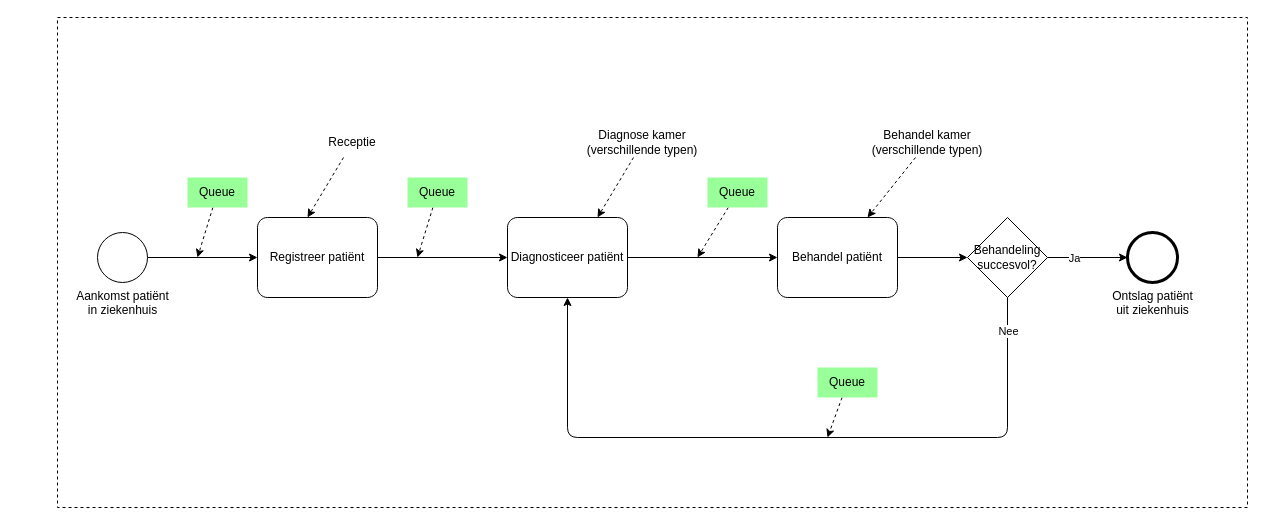
Earlier version of the draw.io diagram docs/drawio/story2_model.drawio (ChrismaxR/DataBA). Source tidied: cells renumbered, new cells numbered last; positions are measured from the earlier drawing's top-left corner, leaving out a move shared by most shapes. Both pictures are drawn from the tidied source at 100%, with x=0, y=0 at pixel (57, 17).
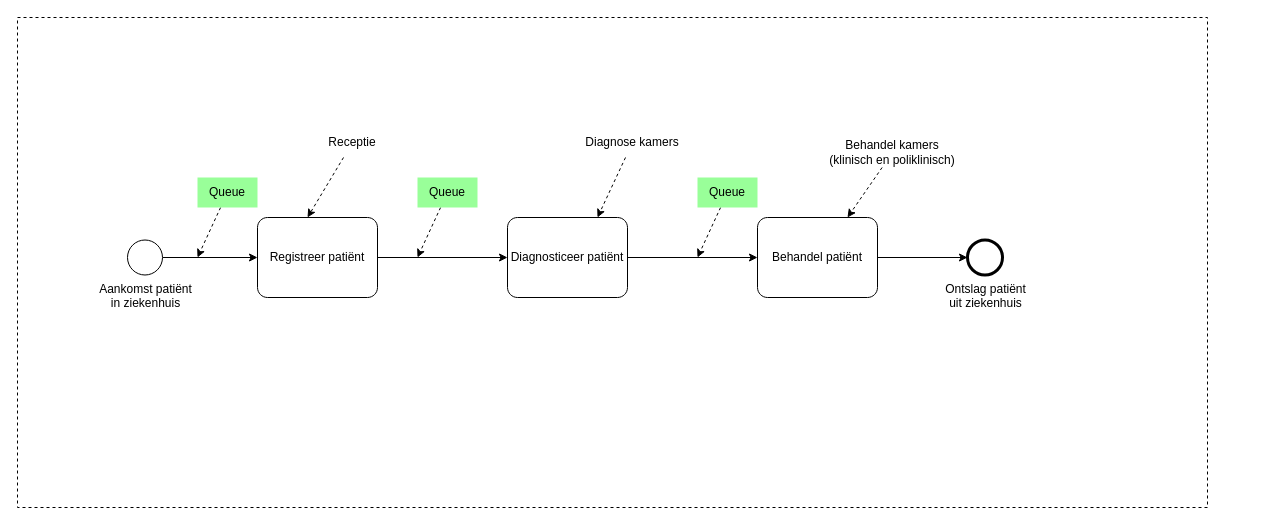
Above is the later version.

Unchanged cells that the change refers to:
```xml
<mxCell id="4" value="Diagnosticeer patiënt" style="points=[[0.25,0,0],[0.5,0,0],[0.75,0,0],[1,0.25,0],[1,0.5,0],[1,0.75,0],[0.75,1,0],[0.5,1,0],[0.25,1,0],[0,0.75,0],[0,0.5,0],[0,0.25,0]];shape=mxgraph.bpmn.task;whiteSpace=wrap;rectStyle=rounded;size=10;html=1;taskMarker=abstract;" parent="1" vertex="1">
  <mxGeometry x="450" y="200" width="120" height="80" as="geometry" />
</mxCell>
```

What changed in the source:
```diff
@@
     <mxCell id="2" style="rounded=0;whiteSpace=wrap;html=1;dashed=1;" parent="1" vertex="1">
-      <mxGeometry width="1190" height="490" as="geometry" />
+      <mxGeometry x="-40" width="1190" height="490" as="geometry" />
     </mxCell>
@@
-    <mxCell id="5" style="edgeStyle=none;html=1;entryX=0;entryY=0.5;entryDx=0;entryDy=0;" parent="1" edge="1" source="6" target="11">
-      <mxGeometry relative="1" as="geometry" />
-    </mxCell>
     <mxCell id="6" value="Behandel patiënt" style="points=[[0.25,0,0],[0.5,0,0],[0.75,0,0],[1,0.25,0],[1,0.5,0],[1,0.75,0],[0.75,1,0],[0.5,1,0],[0.25,1,0],[0,0.75,0],[0,0.5,0],[0,0.25,0]];shape=mxgraph.bpmn.task;whiteSpace=wrap;rectStyle=rounded;size=10;html=1;taskMarker=abstract;" parent="1" vertex="1">
-      <mxGeometry x="720" y="200" width="120" height="80" as="geometry" />
+      <mxGeometry x="700" y="200" width="120" height="80" as="geometry" />
     </mxCell>
-    <mxCell id="7" style="edgeStyle=none;html=1;entryX=0;entryY=0.5;entryDx=0;entryDy=0;entryPerimeter=0;" parent="1" edge="1" source="11" target="14">
+    <mxCell id="7" style="edgeStyle=none;html=1;entryX=0;entryY=0.5;entryDx=0;entryDy=0;entryPerimeter=0;" parent="1" edge="1" source="6" target="14">
       <mxGeometry relative="1" as="geometry" />
     </mxCell>
-    <mxCell id="8" value="Ja" style="edgeLabel;html=1;align=center;verticalAlign=middle;" parent="7" vertex="1">
-      <mxGeometry x="-0.35" relative="1" as="geometry" />
-    </mxCell>
-    <mxCell id="9" style="edgeStyle=orthogonalEdgeStyle;html=1;entryX=0.5;entryY=1;entryDx=0;entryDy=0;entryPerimeter=0;fontStyle=0;" parent="1" edge="1" source="11" target="4">
-      <mxGeometry relative="1" as="geometry">
-        <Array as="points">
-          <mxPoint x="950" y="420" />
-          <mxPoint x="510" y="420" />
-        </Array>
-      </mxGeometry>
-    </mxCell>
-    <mxCell id="10" value="Nee" style="edgeLabel;html=1;align=center;verticalAlign=middle;" parent="9" vertex="1">
-      <mxGeometry x="-0.85" y="3" relative="1" as="geometry">
-        <mxPoint x="-3" y="-21" as="offset" />
-      </mxGeometry>
-    </mxCell>
-    <mxCell id="11" value="Behandeling succesvol?" style="rhombus;whiteSpace=wrap;html=1;" parent="1" vertex="1">
-      <mxGeometry x="910" y="200" width="80" height="80" as="geometry" />
-    </mxCell>
@@
     <mxCell id="13" value="Aankomst patiënt&lt;br&gt;in ziekenhuis" style="points=[[0.145,0.145,0],[0.5,0,0],[0.855,0.145,0],[1,0.5,0],[0.855,0.855,0],[0.5,1,0],[0.145,0.855,0],[0,0.5,0]];shape=mxgraph.bpmn.event;html=1;verticalLabelPosition=bottom;labelBackgroundColor=#ffffff;verticalAlign=top;align=center;perimeter=ellipsePerimeter;outlineConnect=0;outline=standard;symbol=general;" parent="1" vertex="1">
-      <mxGeometry x="40" y="215" width="50" height="50" as="geometry" />
+      <mxGeometry x="70" y="222.5" width="35" height="35" as="geometry" />
     </mxCell>
     <mxCell id="14" value="Ontslag patiënt &lt;br&gt;uit ziekenhuis" style="points=[[0.145,0.145,0],[0.5,0,0],[0.855,0.145,0],[1,0.5,0],[0.855,0.855,0],[0.5,1,0],[0.145,0.855,0],[0,0.5,0]];shape=mxgraph.bpmn.event;html=1;verticalLabelPosition=bottom;labelBackgroundColor=#ffffff;verticalAlign=top;align=center;perimeter=ellipsePerimeter;outlineConnect=0;outline=end;symbol=terminate2;" parent="1" vertex="1">
-      <mxGeometry x="1070" y="215" width="50" height="50" as="geometry" />
+      <mxGeometry x="910" y="222.5" width="35" height="35" as="geometry" />
     </mxCell>
@@
-    <mxCell id="16" value="Diagnose kamer&lt;br&gt;(verschillende typen)" style="text;html=1;strokeColor=none;fillColor=none;align=center;verticalAlign=middle;whiteSpace=wrap;rounded=0;dashed=1;" parent="1" vertex="1">
-      <mxGeometry x="520" y="110" width="130" height="30" as="geometry" />
+    <mxCell id="16" value="Diagnose kamers" style="text;html=1;strokeColor=none;fillColor=none;align=center;verticalAlign=middle;whiteSpace=wrap;rounded=0;dashed=1;" parent="1" vertex="1">
+      <mxGeometry x="510" y="110" width="130" height="30" as="geometry" />
     </mxCell>
@@
-    <mxCell id="18" value="Behandel kamer (verschillende typen)" style="text;html=1;strokeColor=none;fillColor=none;align=center;verticalAlign=middle;whiteSpace=wrap;rounded=0;dashed=1;" parent="1" vertex="1">
-      <mxGeometry x="810" y="110" width="120" height="30" as="geometry" />
+    <mxCell id="18" value="Behandel kamers (klinisch en poliklinisch)" style="text;html=1;strokeColor=none;fillColor=none;align=center;verticalAlign=middle;whiteSpace=wrap;rounded=0;dashed=1;" parent="1" vertex="1">
+      <mxGeometry x="770" y="120" width="130" height="30" as="geometry" />
     </mxCell>
@@
     <mxCell id="20" value="Queue" style="text;html=1;strokeColor=none;fillColor=#99FF99;align=center;verticalAlign=middle;whiteSpace=wrap;rounded=0;dashed=1;" parent="1" vertex="1">
-      <mxGeometry x="350" y="160" width="60" height="30" as="geometry" />
+      <mxGeometry x="360" y="160" width="60" height="30" as="geometry" />
     </mxCell>
@@
     <mxCell id="22" value="Queue" style="text;html=1;strokeColor=none;fillColor=#99FF99;align=center;verticalAlign=middle;whiteSpace=wrap;rounded=0;dashed=1;" parent="1" vertex="1">
-      <mxGeometry x="650" y="160" width="60" height="30" as="geometry" />
+      <mxGeometry x="640" y="160" width="60" height="30" as="geometry" />
     </mxCell>
-    <mxCell id="23" style="edgeStyle=none;html=1;dashed=1;" parent="1" edge="1" source="24">
-      <mxGeometry relative="1" as="geometry">
-        <mxPoint x="770" y="420" as="targetPoint" />
-      </mxGeometry>
-    </mxCell>
-    <mxCell id="24" value="Queue" style="text;html=1;strokeColor=none;fillColor=#99FF99;align=center;verticalAlign=middle;whiteSpace=wrap;rounded=0;dashed=1;" parent="1" vertex="1">
-      <mxGeometry x="760" y="350" width="60" height="30" as="geometry" />
-    </mxCell>
@@
     <mxCell id="28" value="Queue" style="text;html=1;strokeColor=none;fillColor=#99FF99;align=center;verticalAlign=middle;whiteSpace=wrap;rounded=0;dashed=1;" parent="1" vertex="1">
-      <mxGeometry x="130" y="160" width="60" height="30" as="geometry" />
+      <mxGeometry x="140" y="160" width="60" height="30" as="geometry" />
     </mxCell>
```
